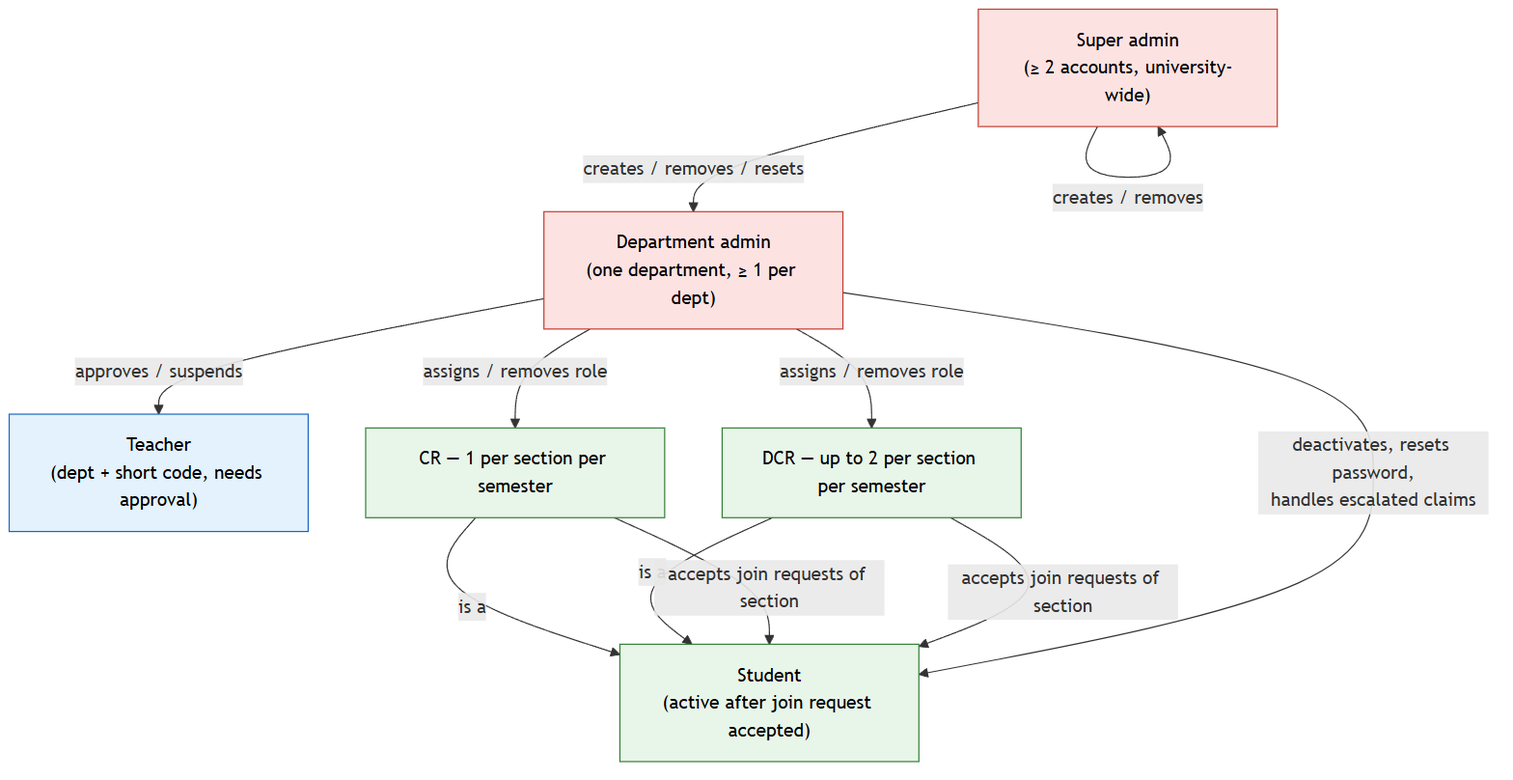
This is DOCUMENTS/png/02-role-hierarchy.png from chinmoy567/Class-and-Routin-Management-Web-App, a Mermaid export, as it was before one commit. Its source is kept beside it as DOCUMENTS/src/02-role-hierarchy.mmd.
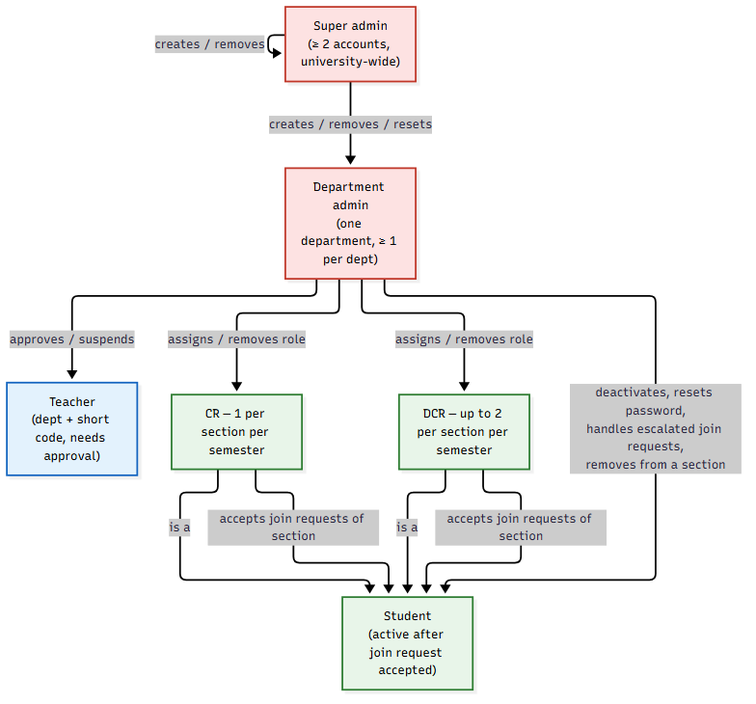
Above is the later version.

What changed in the source:
```diff
@@ -15,7 +15,7 @@
   DCR -- "is a" --> S
   CR -- "accepts join requests of section" --> S
   DCR -- "accepts join requests of section" --> S
-  DA -- "deactivates, resets password,<br/>handles escalated claims" --> S
+  DA -- "deactivates, resets password,<br/>handles escalated join requests,<br/>removes from a section" --> S
 
   classDef admin fill:#fde2e2,stroke:#c0392b,color:#000
   classDef staff fill:#e3f2fd,stroke:#1565c0,color:#000
```
